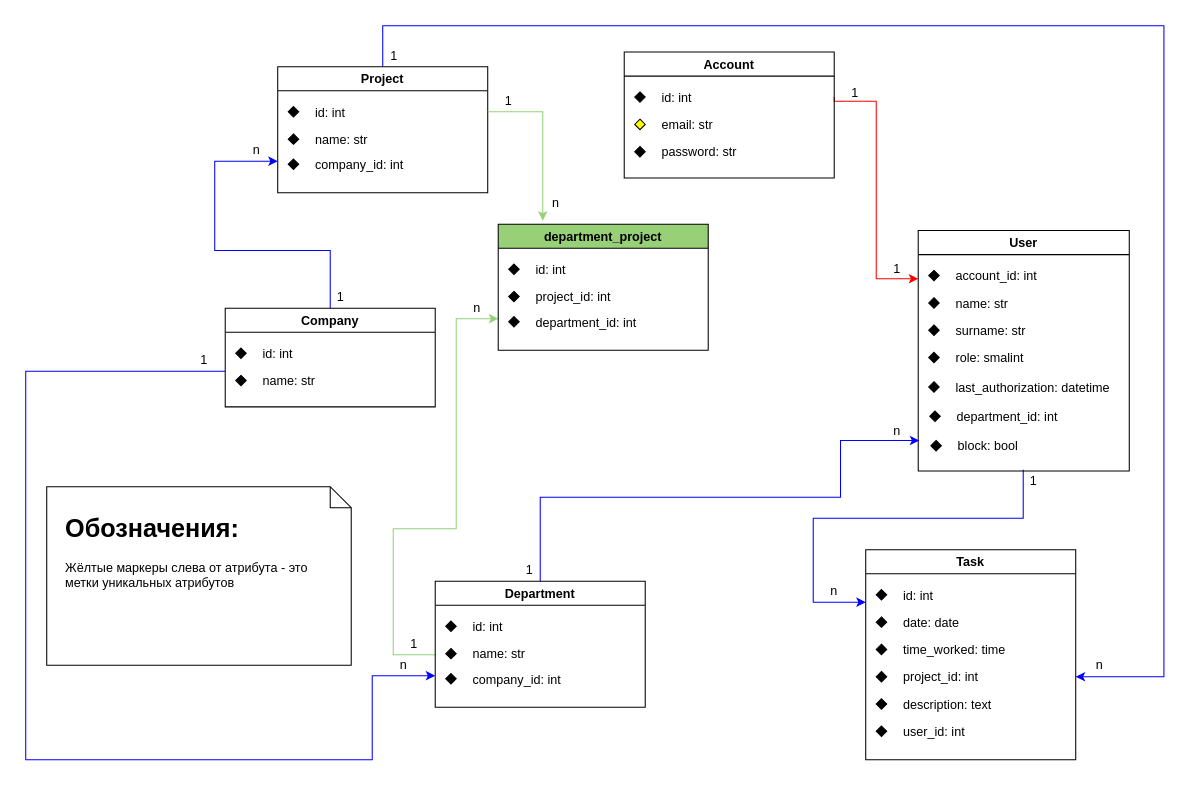
Earlier version of the draw.io diagram documentation/Даталогическая модель базы данных.drawio (TeamLacit/web_app). Source tidied: cells renumbered, new cells numbered last; positions are measured from the earlier drawing's top-left corner, leaving out a move shared by most shapes. Both pictures are drawn from the tidied source at 105%, with x=0, y=0 at pixel (25, 25).
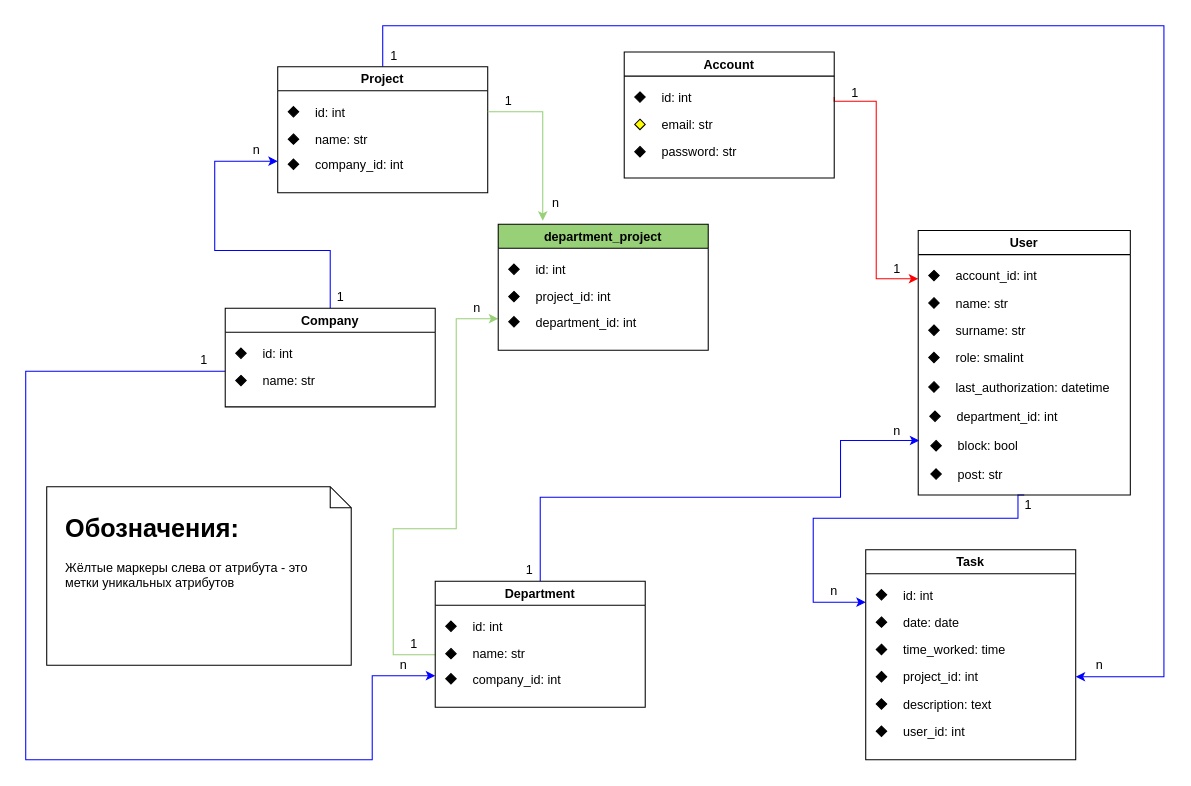
The same page after the edit.

The change refers to these unchanged cells:
```xml
<mxCell id="68" value="Task" style="swimlane;" parent="1" vertex="1">
  <mxGeometry x="800" y="499" width="200" height="200" as="geometry" />
</mxCell>
```

Change to the diagram source:
```diff
@@
     <mxCell id="13" style="edgeStyle=orthogonalEdgeStyle;rounded=0;jettySize=auto;html=1;entryX=0;entryY=0.25;entryDx=0;entryDy=0;strokeColor=#0000FF;" parent="1" edge="1" target="68">
       <mxGeometry relative="1" as="geometry">
-        <mxPoint x="950" y="423" as="sourcePoint" />
+        <mxPoint x="951" y="447" as="sourcePoint" />
         <Array as="points">
-          <mxPoint x="950" y="469" />
+          <mxPoint x="945" y="447" />
+          <mxPoint x="945" y="469" />
           <mxPoint x="750" y="469" />
           <mxPoint x="750" y="549" />
         </Array>
       </mxGeometry>
     </mxCell>
     <mxCell id="14" value="User" style="swimlane;" parent="1" vertex="1">
-      <mxGeometry x="850" y="195" width="201" height="229" as="geometry" />
+      <mxGeometry x="850" y="195" width="202" height="252" as="geometry" />
     </mxCell>
@@
+    <mxCell id="116" style="group;" parent="14" vertex="1">
+      <mxGeometry x="12" y="219" width="190" height="26" as="geometry" />
+    </mxCell>
+    <mxCell id="117" value="post: str" style="text;strokeColor=none;fillColor=none;align=left;verticalAlign=top;spacingLeft=4;spacingRight=4;overflow=hidden;" parent="116" vertex="1">
+      <mxGeometry x="20" width="170" height="26" as="geometry" />
+    </mxCell>
+    <mxCell id="118" style="rhombus;whiteSpace=wrap;html=1;fillColor=#000000;" parent="116" vertex="1">
+      <mxGeometry y="8" width="10" height="10" as="geometry" />
+    </mxCell>
@@
     <mxCell id="89" value="1" style="text;html=1;strokeColor=none;fillColor=none;align=center;verticalAlign=middle;whiteSpace=wrap;rounded=0;" parent="1" vertex="1">
-      <mxGeometry x="940" y="424" width="40" height="20" as="geometry" />
+      <mxGeometry x="935" y="447" width="40" height="20" as="geometry" />
     </mxCell>
```
